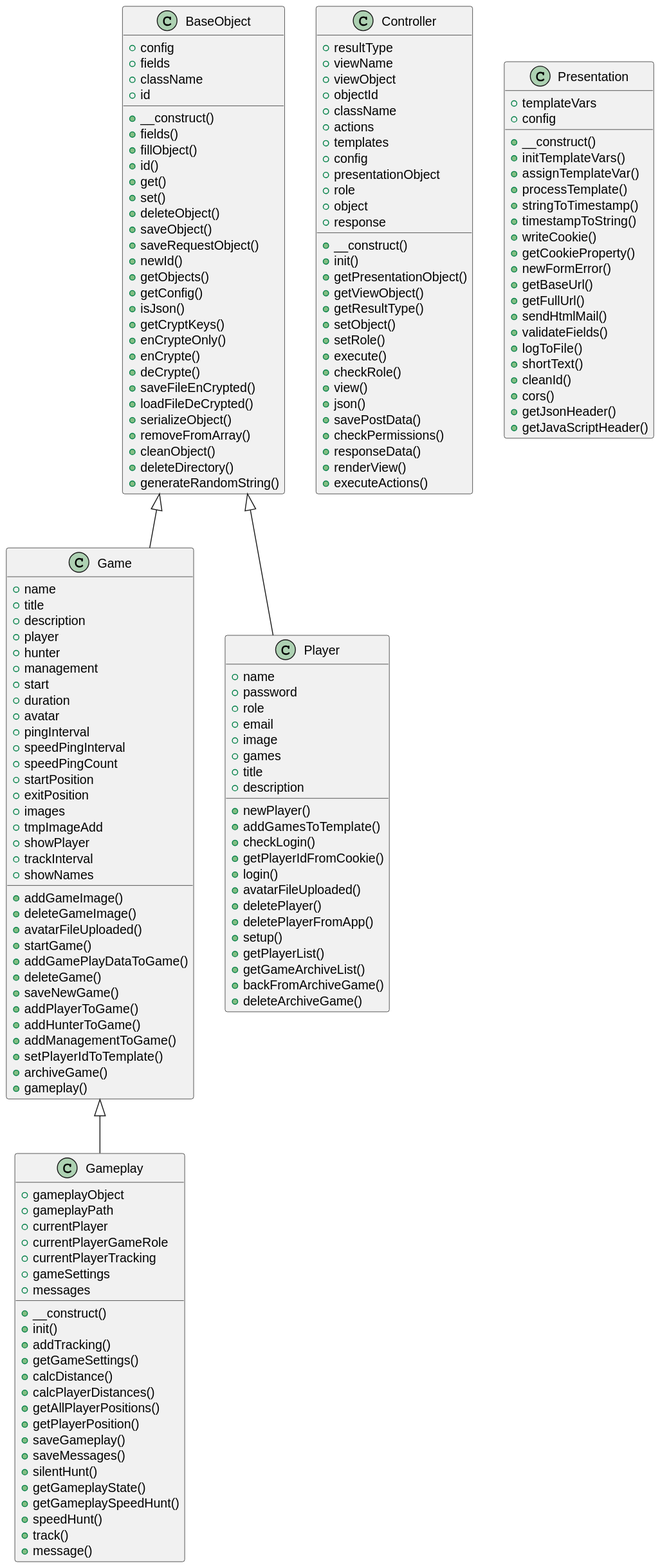
Earlier version of the PlantUML export includes/docs/php/graphs/classes.svg (septem-sensu/friendshunt).
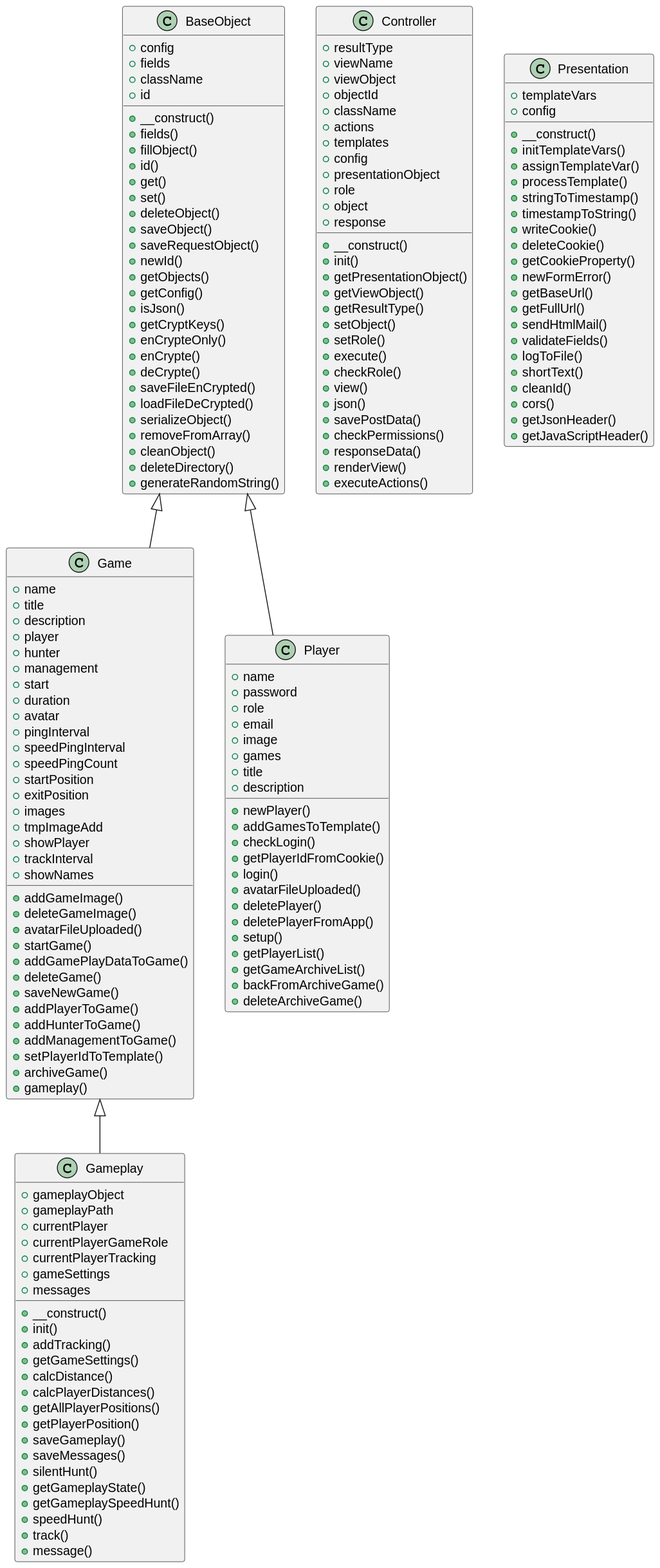
Later version of the same file.

Change to the diagram source:
```diff
@@ -156,6 +156,7 @@
   +stringToTimestamp()
   +timestampToString()
   +writeCookie()
+  +deleteCookie()
   +getCookieProperty()
   +newFormError()
   +getBaseUrl()
```
